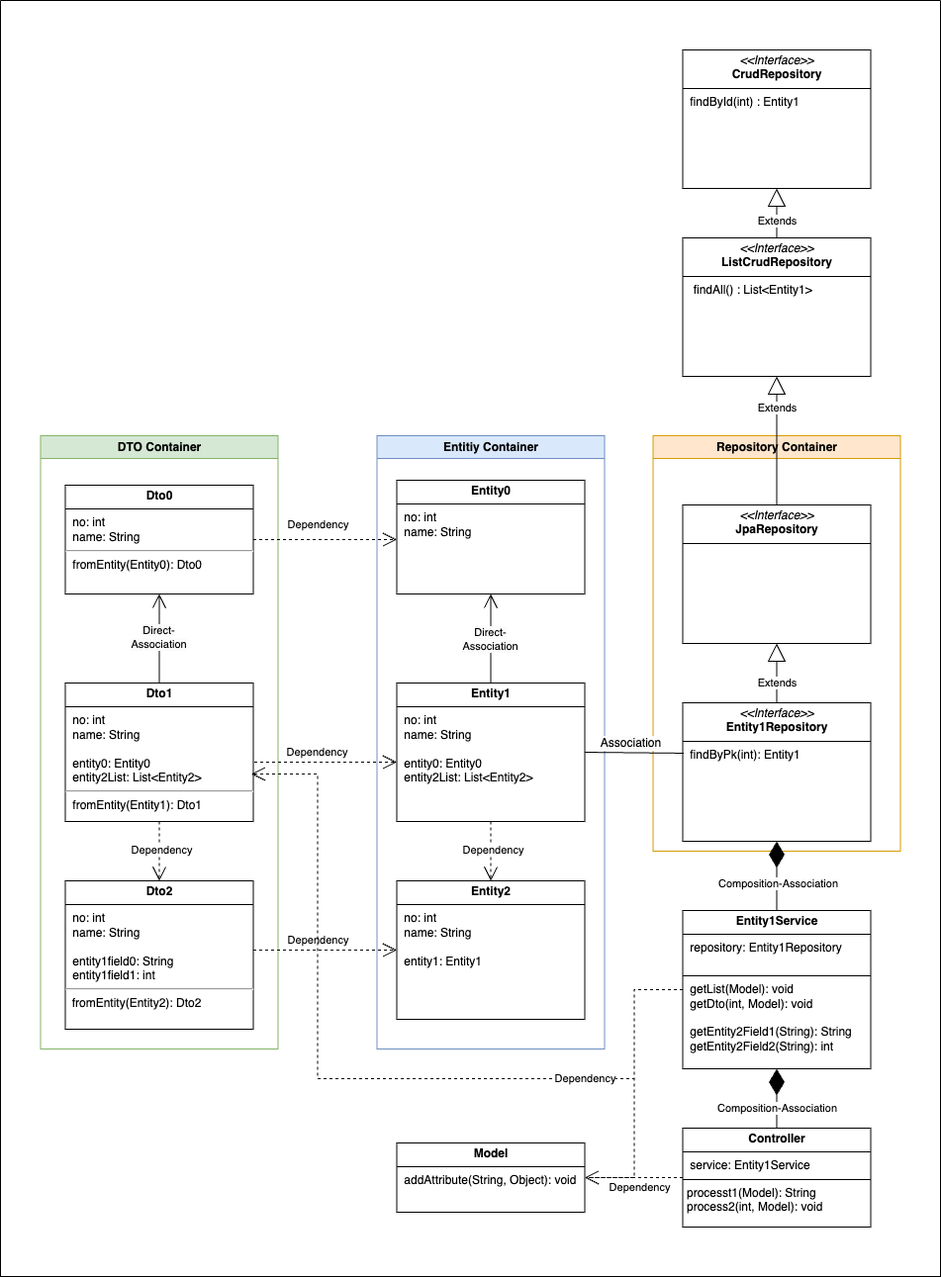
Before: assets/image/2024-11-02-EntityTripleJoin_UML.png, a diagram exported from draw.io (EaseHee/EaseHee.github.io). Source tidied: cells renumbered, new cells last; positions are measured from the earlier drawing's top-left corner, leaving out a move shared by most shapes.
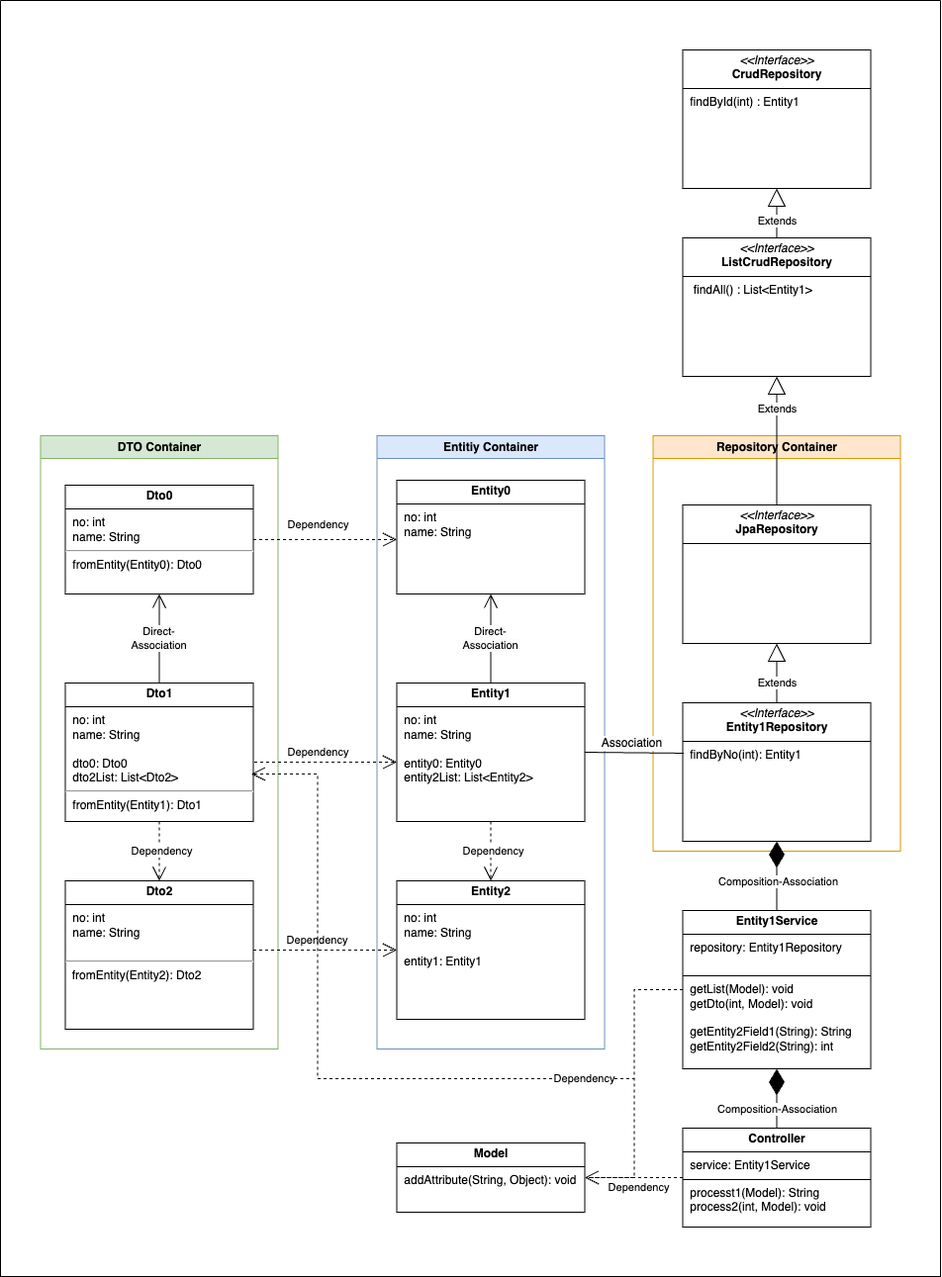
After the change.

What changed in the source:
```diff
@@ -44,10 +44,10 @@
     <mxCell id="15" value="&lt;p style=&quot;margin:0px;margin-top:4px;text-align:center;&quot;&gt;&lt;b&gt;Dto0&lt;/b&gt;&lt;/p&gt;&lt;hr size=&quot;1&quot; style=&quot;border-style:solid;&quot;&gt;&lt;p style=&quot;margin:0px;margin-left:4px;&quot;&gt;&amp;nbsp;no: int&lt;br&gt;&amp;nbsp;name: String&lt;/p&gt;&lt;p style=&quot;margin:0px;margin-left:4px;&quot;&gt;&lt;/p&gt;&lt;hr&gt;&lt;p style=&quot;margin:0px;margin-left:4px;&quot;&gt;&amp;nbsp;fromEntity(Entity0): Dto0&lt;/p&gt;" style="verticalAlign=top;align=left;overflow=fill;html=1;whiteSpace=wrap;" parent="14" vertex="1">
       <mxGeometry x="25" y="50" width="190" height="110" as="geometry" />
     </mxCell>
-    <mxCell id="16" value="&lt;p style=&quot;margin:0px;margin-top:4px;text-align:center;&quot;&gt;&lt;b style=&quot;background-color: initial;&quot;&gt;Dto&lt;/b&gt;&lt;b&gt;1&lt;/b&gt;&lt;/p&gt;&lt;hr size=&quot;1&quot; style=&quot;border-style:solid;&quot;&gt;&lt;p style=&quot;margin:0px;margin-left:4px;&quot;&gt;&amp;nbsp;no: int&lt;br&gt;&amp;nbsp;name: String&lt;/p&gt;&lt;p style=&quot;margin:0px;margin-left:4px;&quot;&gt;&lt;br&gt;&lt;/p&gt;&lt;p style=&quot;margin:0px;margin-left:4px;&quot;&gt;&amp;nbsp;entity0: Entity0&lt;/p&gt;&lt;p style=&quot;margin:0px;margin-left:4px;&quot;&gt;&amp;nbsp;entity2List: List&amp;lt;Entity2&amp;gt;&lt;/p&gt;&lt;hr&gt;&lt;p style=&quot;margin:0px;margin-left:4px;&quot;&gt;&amp;nbsp;fromEntity(Entity1): Dto1&lt;/p&gt;" style="verticalAlign=top;align=left;overflow=fill;html=1;whiteSpace=wrap;" parent="14" vertex="1">
+    <mxCell id="16" value="&lt;p style=&quot;margin:0px;margin-top:4px;text-align:center;&quot;&gt;&lt;b style=&quot;background-color: initial;&quot;&gt;Dto&lt;/b&gt;&lt;b&gt;1&lt;/b&gt;&lt;/p&gt;&lt;hr size=&quot;1&quot; style=&quot;border-style:solid;&quot;&gt;&lt;p style=&quot;margin:0px;margin-left:4px;&quot;&gt;&amp;nbsp;no: int&lt;br&gt;&amp;nbsp;name: String&lt;/p&gt;&lt;p style=&quot;margin:0px;margin-left:4px;&quot;&gt;&lt;br&gt;&lt;/p&gt;&lt;p style=&quot;margin:0px;margin-left:4px;&quot;&gt;&amp;nbsp;dto0: Dto0&lt;/p&gt;&lt;p style=&quot;margin:0px;margin-left:4px;&quot;&gt;&amp;nbsp;dto2List: List&amp;lt;Dto2&amp;gt;&lt;/p&gt;&lt;hr&gt;&lt;p style=&quot;margin:0px;margin-left:4px;&quot;&gt;&amp;nbsp;fromEntity(Entity1): Dto1&lt;/p&gt;" style="verticalAlign=top;align=left;overflow=fill;html=1;whiteSpace=wrap;" parent="14" vertex="1">
       <mxGeometry x="25" y="250" width="190" height="140" as="geometry" />
     </mxCell>
-    <mxCell id="17" value="&lt;p style=&quot;margin:0px;margin-top:4px;text-align:center;&quot;&gt;&lt;b style=&quot;background-color: initial;&quot;&gt;Dto&lt;/b&gt;&lt;b&gt;2&lt;/b&gt;&lt;/p&gt;&lt;hr size=&quot;1&quot; style=&quot;border-style:solid;&quot;&gt;&lt;p style=&quot;margin:0px;margin-left:4px;&quot;&gt;&amp;nbsp;no: int&lt;br&gt;&amp;nbsp;name: String&lt;/p&gt;&lt;p style=&quot;margin:0px;margin-left:4px;&quot;&gt;&lt;br&gt;&lt;/p&gt;&lt;p style=&quot;margin:0px;margin-left:4px;&quot;&gt;&amp;nbsp;entity1field0: String&lt;/p&gt;&lt;p style=&quot;margin:0px;margin-left:4px;&quot;&gt;&amp;nbsp;&lt;span style=&quot;background-color: initial;&quot;&gt;entity1field1: int&lt;/span&gt;&lt;/p&gt;&lt;hr&gt;&amp;nbsp; fromEntity(Entity2): Dto2&lt;p style=&quot;margin:0px;margin-left:4px;&quot;&gt;&lt;span style=&quot;background-color: initial;&quot;&gt;&lt;br&gt;&lt;/span&gt;&lt;/p&gt;" style="verticalAlign=top;align=left;overflow=fill;html=1;whiteSpace=wrap;" parent="14" vertex="1">
+    <mxCell id="17" value="&lt;p style=&quot;margin:0px;margin-top:4px;text-align:center;&quot;&gt;&lt;b style=&quot;background-color: initial;&quot;&gt;Dto&lt;/b&gt;&lt;b&gt;2&lt;/b&gt;&lt;/p&gt;&lt;hr size=&quot;1&quot; style=&quot;border-style:solid;&quot;&gt;&lt;p style=&quot;margin:0px;margin-left:4px;&quot;&gt;&amp;nbsp;no: int&lt;br&gt;&amp;nbsp;name: String&lt;/p&gt;&lt;p style=&quot;margin:0px;margin-left:4px;&quot;&gt;&lt;br&gt;&lt;/p&gt;&lt;hr&gt;&amp;nbsp; fromEntity(Entity2): Dto2&lt;p style=&quot;margin:0px;margin-left:4px;&quot;&gt;&lt;span style=&quot;background-color: initial;&quot;&gt;&lt;br&gt;&lt;/span&gt;&lt;/p&gt;" style="verticalAlign=top;align=left;overflow=fill;html=1;whiteSpace=wrap;" parent="14" vertex="1">
       <mxGeometry x="25" y="450" width="190" height="150" as="geometry" />
     </mxCell>
     <mxCell id="18" style="edgeStyle=orthogonalEdgeStyle;rounded=0;orthogonalLoop=1;jettySize=auto;html=1;exitX=0.5;exitY=1;exitDx=0;exitDy=0;" parent="14" edge="1" source="15" target="15">
@@ -70,7 +70,7 @@
     <mxCell id="23" value="Repository Container" style="swimlane;whiteSpace=wrap;html=1;fillColor=#ffe6cc;strokeColor=#d79b00;" parent="2" vertex="1">
       <mxGeometry x="659.5" y="440" width="250" height="420" as="geometry" />
     </mxCell>
-    <mxCell id="24" value="&lt;p style=&quot;margin:0px;margin-top:4px;text-align:center;&quot;&gt;&lt;i&gt;&amp;lt;&amp;lt;Interface&amp;gt;&amp;gt;&lt;/i&gt;&lt;br&gt;&lt;b&gt;Entity1Repository&lt;/b&gt;&lt;/p&gt;&lt;hr size=&quot;1&quot; style=&quot;border-style:solid;&quot;&gt;&lt;p style=&quot;margin:0px;margin-left:4px;&quot;&gt;&lt;/p&gt;&lt;p style=&quot;margin:0px;margin-left:4px;&quot;&gt;&amp;nbsp;findByPk(int): Entity1&lt;br&gt;&lt;/p&gt;" style="verticalAlign=top;align=left;overflow=fill;html=1;whiteSpace=wrap;" parent="23" vertex="1">
+    <mxCell id="24" value="&lt;p style=&quot;margin:0px;margin-top:4px;text-align:center;&quot;&gt;&lt;i&gt;&amp;lt;&amp;lt;Interface&amp;gt;&amp;gt;&lt;/i&gt;&lt;br&gt;&lt;b&gt;Entity1Repository&lt;/b&gt;&lt;/p&gt;&lt;hr size=&quot;1&quot; style=&quot;border-style:solid;&quot;&gt;&lt;p style=&quot;margin:0px;margin-left:4px;&quot;&gt;&lt;/p&gt;&lt;p style=&quot;margin:0px;margin-left:4px;&quot;&gt;&amp;nbsp;findByNo(int): Entity1&lt;br&gt;&lt;/p&gt;" style="verticalAlign=top;align=left;overflow=fill;html=1;whiteSpace=wrap;" parent="23" vertex="1">
       <mxGeometry x="30" y="270" width="190" height="140" as="geometry" />
     </mxCell>
     <mxCell id="25" value="Extends" style="endArrow=block;endSize=16;endFill=0;html=1;rounded=0;entryX=0.5;entryY=1;entryDx=0;entryDy=0;exitX=0.5;exitY=0;exitDx=0;exitDy=0;" parent="23" edge="1" target="26">
@@ -89,7 +89,7 @@
         <mxPoint x="1" y="-17" as="offset" />
       </mxGeometry>
     </mxCell>
-    <mxCell id="29" value="&lt;p style=&quot;margin:0px;margin-top:4px;text-align:center;&quot;&gt;&lt;b&gt;Controller&lt;/b&gt;&lt;/p&gt;&lt;hr size=&quot;1&quot; style=&quot;border-style:solid;&quot;&gt;&lt;p style=&quot;margin:0px;margin-left:4px;&quot;&gt;&amp;nbsp;service: Entity1Service&lt;span style=&quot;color: rgba(0, 0, 0, 0); font-family: monospace; font-size: 0px; text-wrap-mode: nowrap; background-color: initial;&quot;&gt;%3CmxGraphModel%3E%3Croot%3E%3CmxCell%20id%3D%220%22%2F%3E%3CmxCell%20id%3D%221%22%20parent%3D%220%22%2F%3E%3CmxCell%20id%3D%222%22%20value%3D%22%26lt%3Bp%20style%3D%26quot%3Bmargin%3A0px%3Bmargin-top%3A4px%3Btext-align%3Acenter%3B%26quot%3B%26gt%3B%26lt%3Bb%26gt%3BEntity1Service%26lt%3B%2Fb%26gt%3B%26lt%3B%2Fp%26gt%3B%26lt%3Bhr%20size%3D%26quot%3B1%26quot%3B%20style%3D%26quot%3Bborder-style%3Asolid%3B%26quot%3B%26gt%3B%26lt%3Bp%20style%3D%26quot%3Bmargin%3A0px%3Bmargin-left%3A4px%3B%26quot%3B%26gt%3B%26amp%3Bnbsp%3Brepository%3A%20Entity1Repository%26lt%3B%2Fp%26gt%3B%26lt%3Bp%20style%3D%26quot%3Bmargin%3A0px%3Bmargin-left%3A4px%3B%26quot%3B%26gt%3B%26lt%3Bbr%26gt%3B%26lt%3B%2Fp%26gt%3B%26lt%3Bhr%20size%3D%26quot%3B1%26quot%3B%20style%3D%26quot%3Bborder-style%3Asolid%3B%26quot%3B%26gt%3B%26lt%3Bp%20style%3D%26quot%3Bmargin%3A0px%3Bmargin-left%3A4px%3B%26quot%3B%26gt%3B%26amp%3Bnbsp%3BgetList(Model)%3A%20void%26lt%3Bbr%26gt%3B%26amp%3Bnbsp%3BgetDto(int%2C%20Model)%3A%20void%26lt%3Bbr%26gt%3B%26lt%3Bbr%26gt%3B%26amp%3Bnbsp%3BgetEntity2Field1(String)%3A%20String%26lt%3B%2Fp%26gt%3B%26lt%3Bp%20style%3D%26quot%3Bmargin%3A0px%3Bmargin-left%3A4px%3B%26quot%3B%26gt%3B%26amp%3Bnbsp%3B%26lt%3Bspan%20style%3D%26quot%3Bbackground-color%3A%20initial%3B%26quot%3B%26gt%3BgetEntity2Field2(String)%3A%20int%26lt%3B%2Fspan%26gt%3B%26lt%3B%2Fp%26gt%3B%22%20style%3D%22verticalAlign%3Dtop%3Balign%3Dleft%3Boverflow%3Dfill%3Bhtml%3D1%3BwhiteSpace%3Dwrap%3B%22%20vertex%3D%221%22%20parent%3D%221%22%3E%3CmxGeometry%20x%3D%22319%22%20y%3D%22380%22%20width%3D%22190%22%20height%3D%22160%22%20as%3D%22geometry%22%2F%3E%3C%2FmxCell%3E%3C%2Froot%3E%3C%2FmxGraphModel%3E&lt;/span&gt;&lt;/p&gt;&lt;hr size=&quot;1&quot; style=&quot;border-style:solid;&quot;&gt;&lt;p style=&quot;margin:0px;margin-left:4px;&quot;&gt;processt1(Model): String&lt;br&gt;process2(int, Model): void&lt;br&gt;&lt;/p&gt;" style="verticalAlign=top;align=left;overflow=fill;html=1;whiteSpace=wrap;" parent="2" vertex="1">
+    <mxCell id="29" value="&lt;p style=&quot;margin:0px;margin-top:4px;text-align:center;&quot;&gt;&lt;b&gt;Controller&lt;/b&gt;&lt;/p&gt;&lt;hr size=&quot;1&quot; style=&quot;border-style:solid;&quot;&gt;&lt;p style=&quot;margin:0px;margin-left:4px;&quot;&gt;&amp;nbsp;service: Entity1Service&lt;span style=&quot;color: rgba(0, 0, 0, 0); font-family: monospace; font-size: 0px; text-wrap-mode: nowrap; background-color: initial;&quot;&gt;%3CmxGraphModel%3E%3Croot%3E%3CmxCell%20id%3D%220%22%2F%3E%3CmxCell%20id%3D%221%22%20parent%3D%220%22%2F%3E%3CmxCell%20id%3D%222%22%20value%3D%22%26lt%3Bp%20style%3D%26quot%3Bmargin%3A0px%3Bmargin-top%3A4px%3Btext-align%3Acenter%3B%26quot%3B%26gt%3B%26lt%3Bb%26gt%3BEntity1Service%26lt%3B%2Fb%26gt%3B%26lt%3B%2Fp%26gt%3B%26lt%3Bhr%20size%3D%26quot%3B1%26quot%3B%20style%3D%26quot%3Bborder-style%3Asolid%3B%26quot%3B%26gt%3B%26lt%3Bp%20style%3D%26quot%3Bmargin%3A0px%3Bmargin-left%3A4px%3B%26quot%3B%26gt%3B%26amp%3Bnbsp%3Brepository%3A%20Entity1Repository%26lt%3B%2Fp%26gt%3B%26lt%3Bp%20style%3D%26quot%3Bmargin%3A0px%3Bmargin-left%3A4px%3B%26quot%3B%26gt%3B%26lt%3Bbr%26gt%3B%26lt%3B%2Fp%26gt%3B%26lt%3Bhr%20size%3D%26quot%3B1%26quot%3B%20style%3D%26quot%3Bborder-style%3Asolid%3B%26quot%3B%26gt%3B%26lt%3Bp%20style%3D%26quot%3Bmargin%3A0px%3Bmargin-left%3A4px%3B%26quot%3B%26gt%3B%26amp%3Bnbsp%3BgetList(Model)%3A%20void%26lt%3Bbr%26gt%3B%26amp%3Bnbsp%3BgetDto(int%2C%20Model)%3A%20void%26lt%3Bbr%26gt%3B%26lt%3Bbr%26gt%3B%26amp%3Bnbsp%3BgetEntity2Field1(String)%3A%20String%26lt%3B%2Fp%26gt%3B%26lt%3Bp%20style%3D%26quot%3Bmargin%3A0px%3Bmargin-left%3A4px%3B%26quot%3B%26gt%3B%26amp%3Bnbsp%3B%26lt%3Bspan%20style%3D%26quot%3Bbackground-color%3A%20initial%3B%26quot%3B%26gt%3BgetEntity2Field2(String)%3A%20int%26lt%3B%2Fspan%26gt%3B%26lt%3B%2Fp%26gt%3B%22%20style%3D%22verticalAlign%3Dtop%3Balign%3Dleft%3Boverflow%3Dfill%3Bhtml%3D1%3BwhiteSpace%3Dwrap%3B%22%20vertex%3D%221%22%20parent%3D%221%22%3E%3CmxGeometry%20x%3D%22319%22%20y%3D%22380%22%20width%3D%22190%22%20height%3D%22160%22%20as%3D%22geometry%22%2F%3E%3C%2FmxCell%3E%3C%2Froot%3E%3C%2FmxGraphModel%3E&lt;/span&gt;&lt;/p&gt;&lt;hr size=&quot;1&quot; style=&quot;border-style:solid;&quot;&gt;&lt;p style=&quot;margin:0px;margin-left:4px;&quot;&gt;&amp;nbsp;processt1(Model): String&lt;br&gt;&amp;nbsp;process2(int, Model): void&lt;br&gt;&lt;/p&gt;" style="verticalAlign=top;align=left;overflow=fill;html=1;whiteSpace=wrap;" parent="2" vertex="1">
       <mxGeometry x="689.5" y="1140" width="190" height="100" as="geometry" />
     </mxCell>
     <mxCell id="30" value="&lt;p style=&quot;margin:0px;margin-top:4px;text-align:center;&quot;&gt;&lt;b&gt;Model&lt;/b&gt;&lt;/p&gt;&lt;hr size=&quot;1&quot; style=&quot;border-style:solid;&quot;&gt;&lt;p style=&quot;margin:0px;margin-left:4px;&quot;&gt;&lt;/p&gt;&lt;p style=&quot;margin:0px;margin-left:4px;&quot;&gt;&amp;nbsp;addAttribute(String, Object): void&lt;br&gt;&lt;/p&gt;" style="verticalAlign=top;align=left;overflow=fill;html=1;whiteSpace=wrap;" parent="2" vertex="1">
```
